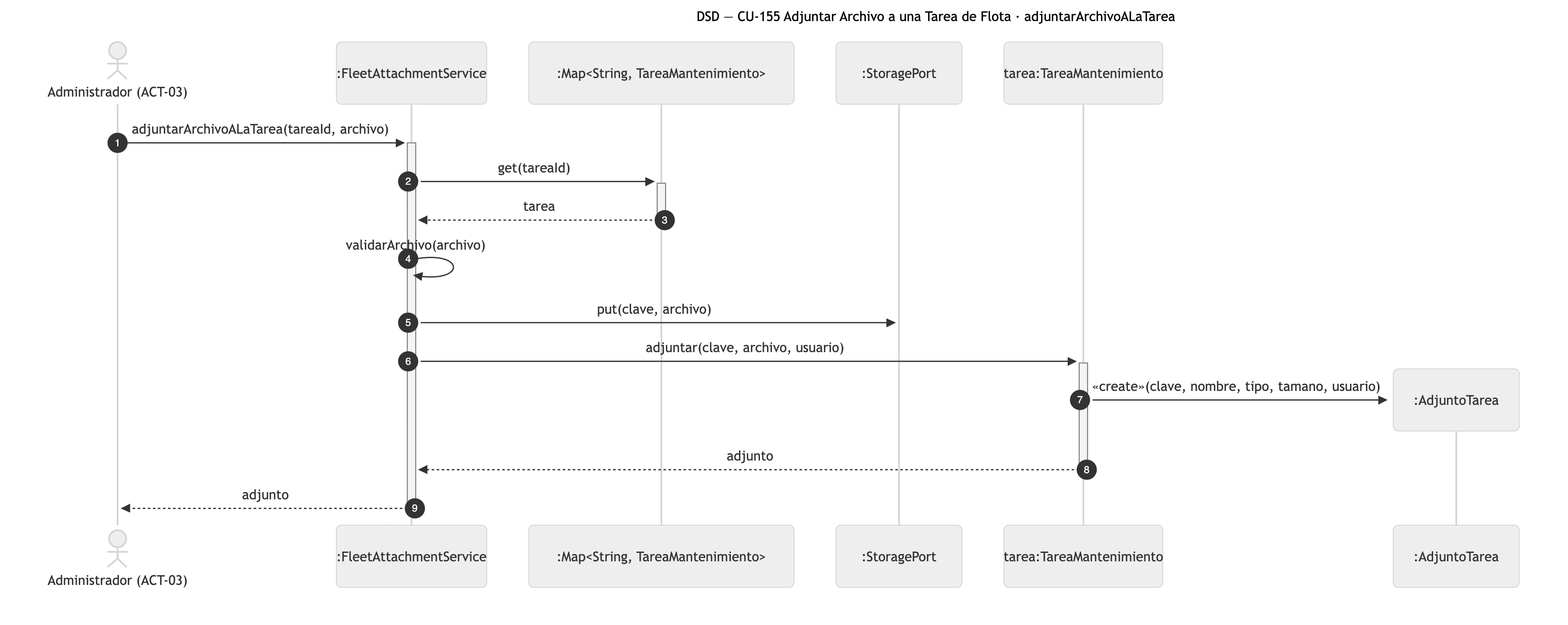
The Mermaid diagram diagramas/png/DSD_CU-155_adjuntarArchivoALaTarea.png in Nahuelito-Dev/splg-docs, before a commit. Its source is kept beside it as diagramas/DSD_CU-155_adjuntarArchivoALaTarea.mmd.
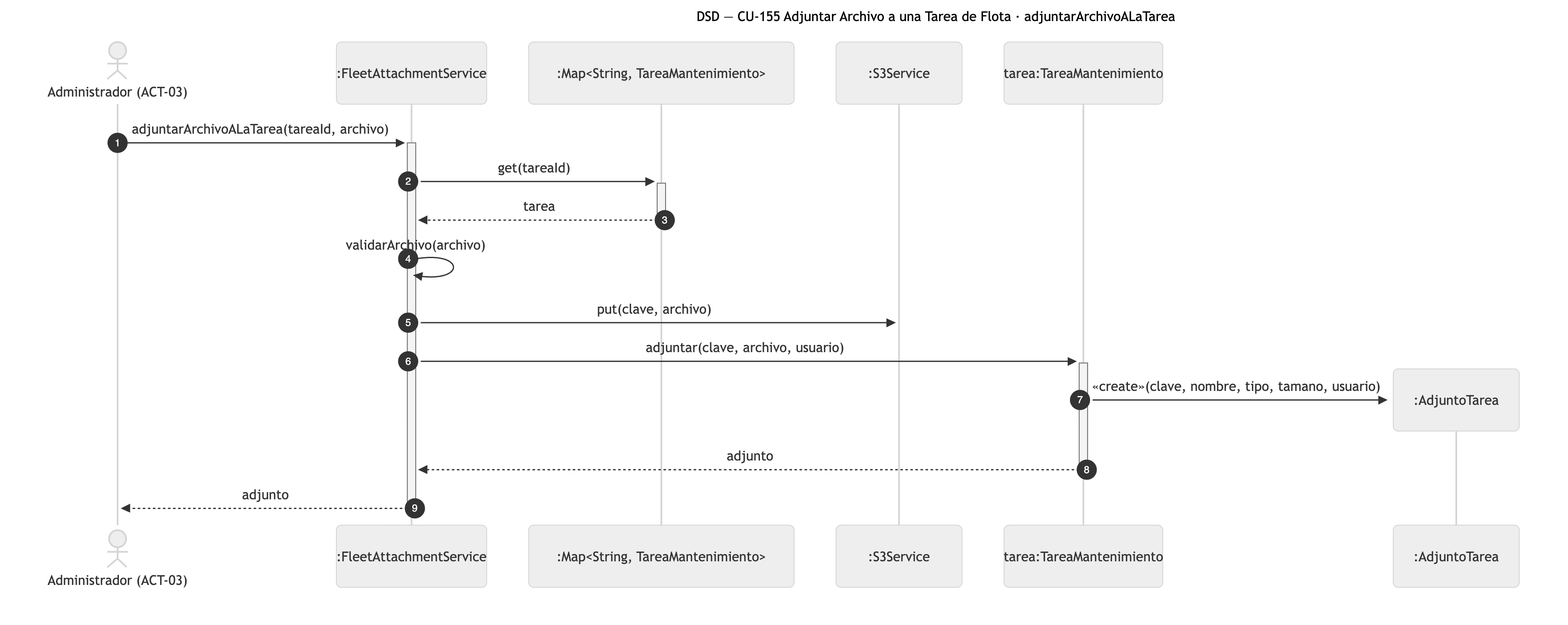
Above is the later version.

What changed in the source:
```diff
@@ -4,14 +4,14 @@
     actor ADM as Administrador (ACT-03)
     participant SRV as :FleetAttachmentService
     participant COL as :Map#lt;String, TareaMantenimiento#gt;
-    participant STO as :StoragePort
+    participant S3 as :S3Service
     participant TAR as tarea:TareaMantenimiento
 
     ADM->>+SRV: adjuntarArchivoALaTarea(tareaId, archivo)
     SRV->>+COL: get(tareaId)
     COL-->>-SRV: tarea
     SRV->>SRV: validarArchivo(archivo)
-    SRV->>STO: put(clave, archivo)
+    SRV->>S3: put(clave, archivo)
     SRV->>+TAR: adjuntar(clave, archivo, usuario)
     create participant ADJ as :AdjuntoTarea
     TAR->>ADJ: «create»(clave, nombre, tipo, tamano, usuario)
```
